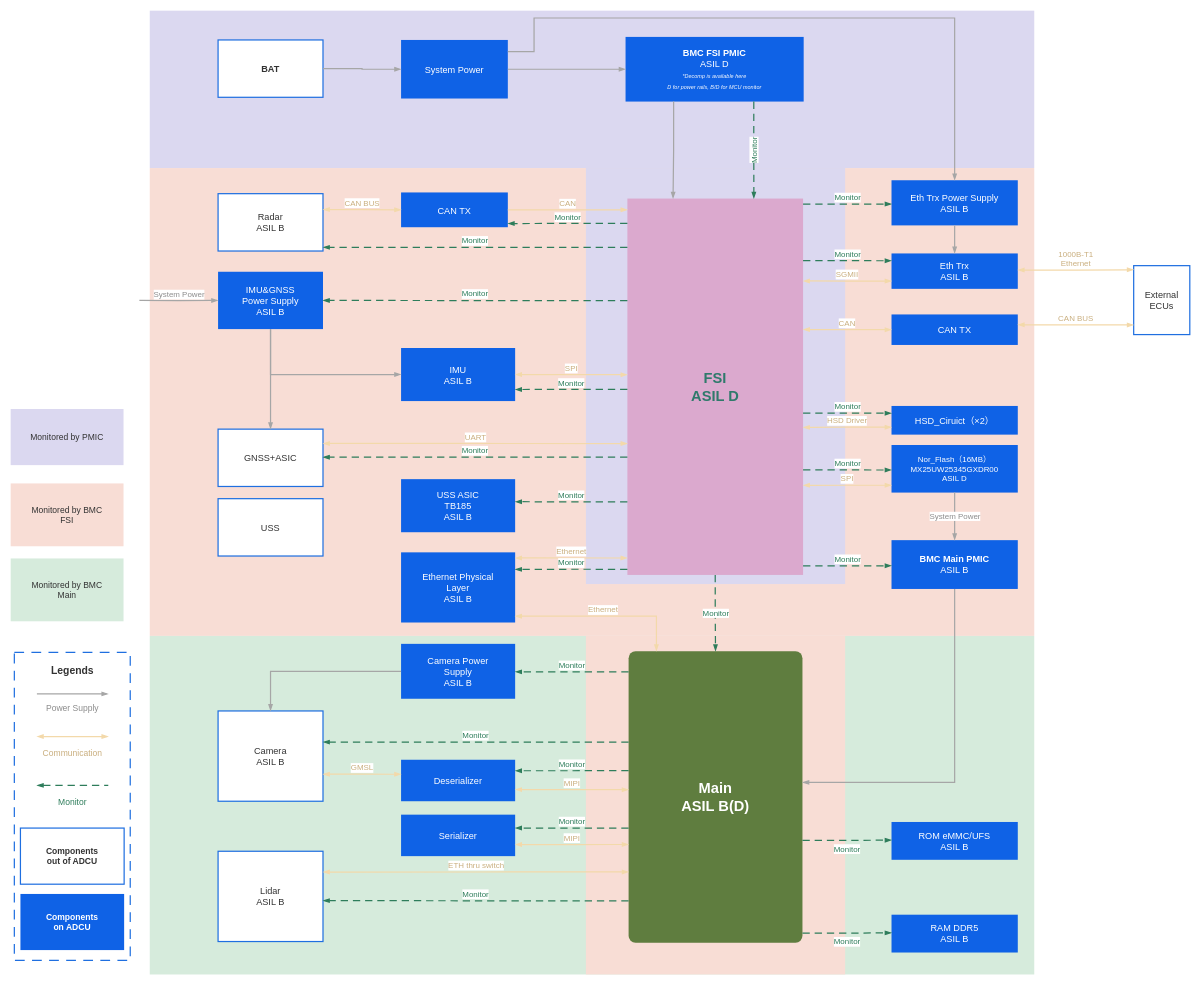
pokowee/tinyrenderer_fork keeps this draw.io diagram as BMC_COB_SystemArch.drawio. Above is the earlier version. Source tidied: cells renumbered, new cells numbered last; positions are measured from the earlier drawing's top-left corner, leaving out a move shared by most shapes. Both pictures are drawn from the tidied source at 61%, with x=0, y=0 at pixel (10, 10).
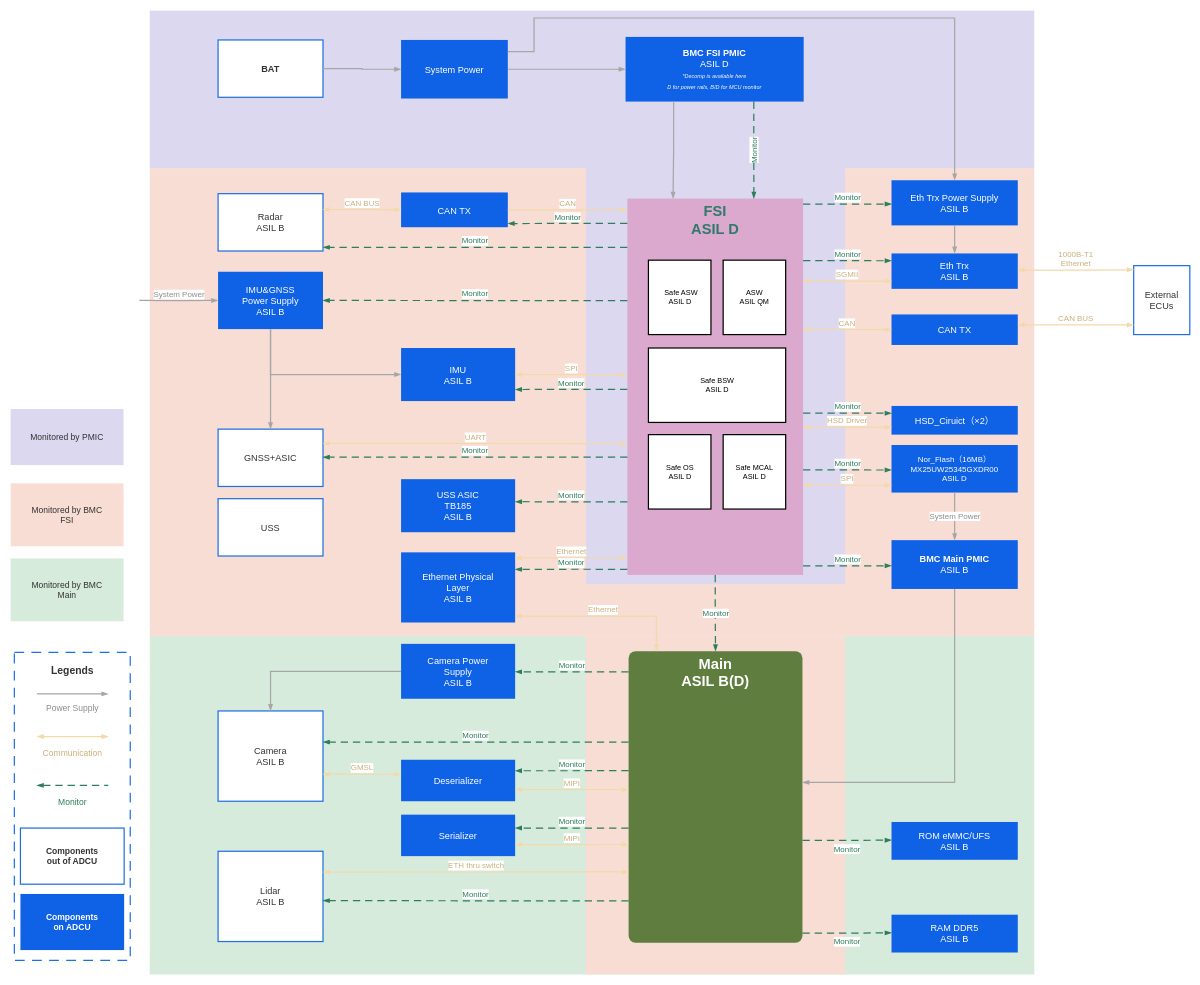
The same diagram, later.

What changed in the source:
```diff
@@
-    <mxCell id="18" value="&lt;b&gt;FSI&lt;br&gt;ASIL D&lt;/b&gt;" style="rounded=0;whiteSpace=wrap;html=1;fillColor=#DBA9CE;strokeColor=none;fontColor=#2F7A6B;fontSize=24;" parent="1" vertex="1">
+    <mxCell id="18" value="&lt;b&gt;FSI&lt;br&gt;ASIL D&lt;/b&gt;" style="rounded=0;whiteSpace=wrap;html=1;fillColor=#DBA9CE;strokeColor=none;fontColor=#2F7A6B;fontSize=24;verticalAlign=top;" parent="1" vertex="1">
       <mxGeometry x="1011" y="308" width="288" height="617" as="geometry" />
     </mxCell>
@@
-    <mxCell id="31" value="&lt;b&gt;Main&lt;br&gt;ASIL B(D)&lt;/b&gt;" style="rounded=1;arcSize=4;whiteSpace=wrap;html=1;fillColor=#5F7D3F;strokeColor=none;fontColor=#FFFFFF;fontSize=24;" parent="1" vertex="1">
+    <mxCell id="31" value="&lt;b&gt;Main&lt;br&gt;ASIL B(D)&lt;/b&gt;" style="rounded=1;arcSize=4;whiteSpace=wrap;html=1;fillColor=#5F7D3F;strokeColor=none;fontColor=#FFFFFF;fontSize=24;verticalAlign=top;" parent="1" vertex="1">
       <mxGeometry x="1013" y="1050" width="285" height="478" as="geometry" />
     </mxCell>
@@
+    <mxCell id="95" value="&lt;span style=&quot;font-weight: normal;&quot;&gt;&amp;nbsp;Safe ASW&lt;br&gt;ASIL D&lt;/span&gt;" style="rounded=0;whiteSpace=wrap;html=1;fontStyle=1;strokeWidth=2;" parent="1" vertex="1">
+      <mxGeometry x="1045.5" y="409" width="102.5" height="122" as="geometry" />
+    </mxCell>
+    <mxCell id="96" value="&lt;span style=&quot;font-weight: 400;&quot;&gt;ASW&lt;br&gt;ASIL QM&lt;/span&gt;" style="rounded=0;whiteSpace=wrap;html=1;fontStyle=1;strokeWidth=2;" parent="1" vertex="1">
+      <mxGeometry x="1168" y="409" width="102.5" height="122" as="geometry" />
+    </mxCell>
+    <mxCell id="97" value="&lt;span style=&quot;font-weight: 400;&quot;&gt;Safe BSW&lt;br&gt;ASIL D&lt;/span&gt;" style="rounded=0;whiteSpace=wrap;html=1;fontStyle=1;strokeWidth=2;" parent="1" vertex="1">
+      <mxGeometry x="1045.5" y="553" width="225" height="122" as="geometry" />
+    </mxCell>
+    <mxCell id="98" value="&lt;span style=&quot;font-weight: 400;&quot;&gt;Safe OS&lt;br&gt;ASIL D&lt;/span&gt;" style="rounded=0;whiteSpace=wrap;html=1;fontStyle=1;strokeWidth=2;" parent="1" vertex="1">
+      <mxGeometry x="1045.5" y="695" width="102.5" height="122" as="geometry" />
+    </mxCell>
+    <mxCell id="99" value="Safe MCAL&lt;br&gt;ASIL D" style="rounded=0;whiteSpace=wrap;html=1;strokeWidth=2;" parent="1" vertex="1">
+      <mxGeometry x="1168" y="695" width="102.5" height="122" as="geometry" />
+    </mxCell>
```
